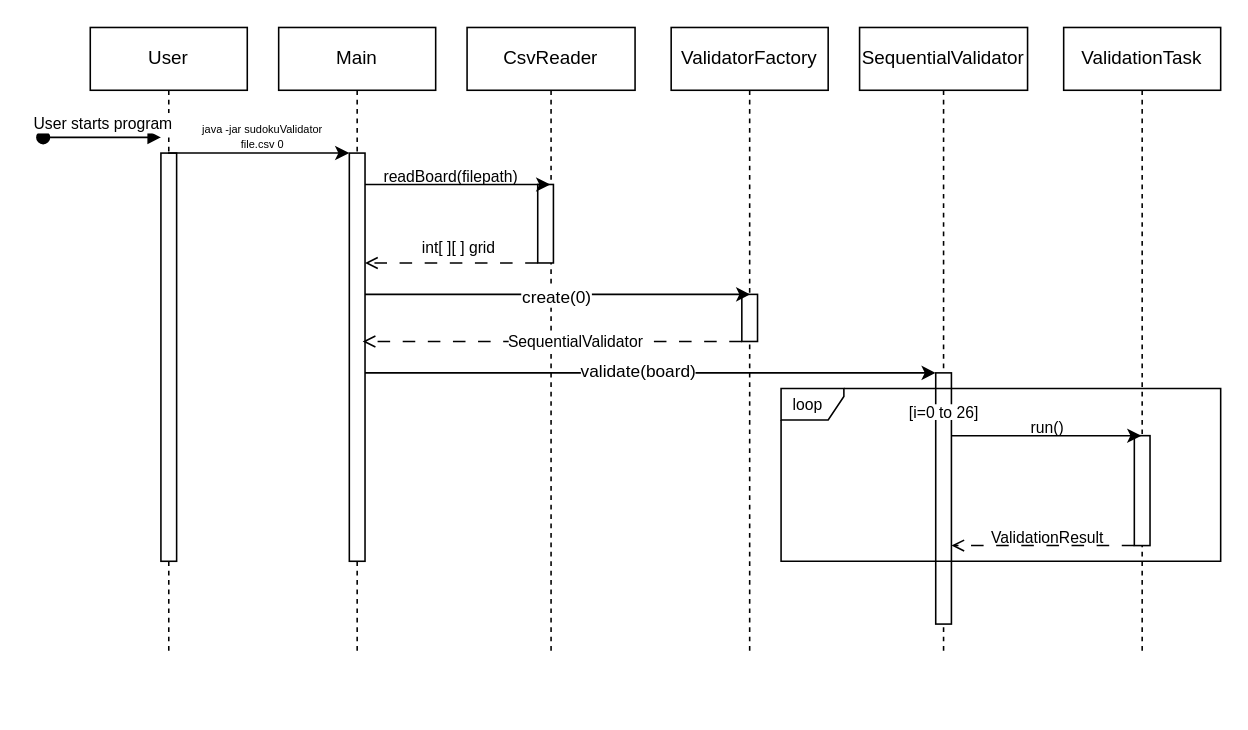
The draw.io diagram diagrams/mode0Sequence.drawio in Smook-e/Prog_lab9, before the edit. Source tidied: cells renumbered, new cells numbered last; positions are measured from the earlier drawing's top-left corner, leaving out a move shared by most shapes. Both pictures are drawn from the tidied source at 157%, with x=0, y=0 at pixel (42, 27).
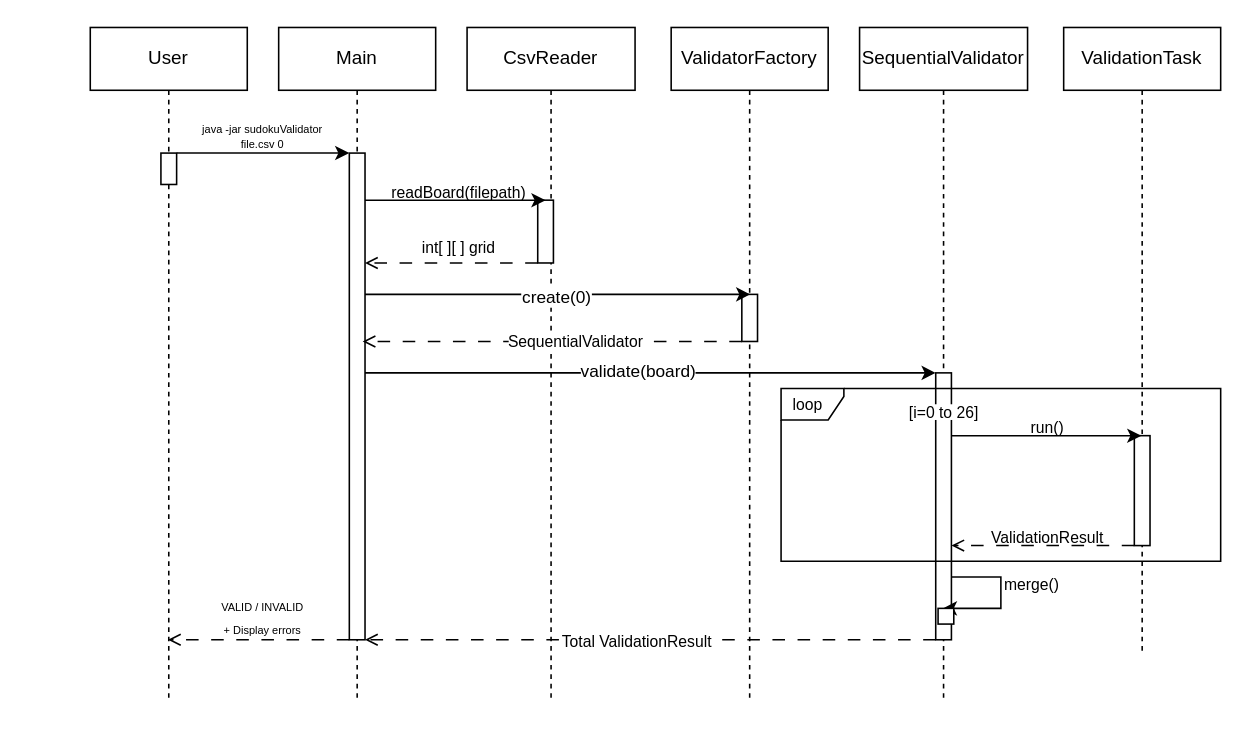
After the change.

Commit message:
commit to sequence diagram mode 0

Change to the diagram source:
```diff
@@
     <mxCell id="2" value="User" style="shape=umlLifeline;perimeter=lifelinePerimeter;whiteSpace=wrap;html=1;outlineConnect=0;portConstraint=eastwest;newEdgeStyle={&quot;edgeStyle&quot;:&quot;elbowEdgeStyle&quot;,&quot;elbow&quot;:&quot;vertical&quot;,&quot;curved&quot;:0,&quot;rounded&quot;:0};" parent="1" vertex="1">
-      <mxGeometry x="30" width="100" height="400" as="geometry" />
+      <mxGeometry x="30" width="100" height="430" as="geometry" />
     </mxCell>
-    <mxCell id="3" value="&lt;font style=&quot;font-size: 10px; line-height: 100%;&quot;&gt;User starts program&lt;/font&gt;" style="html=1;verticalAlign=bottom;startArrow=oval;endArrow=block;startSize=8;edgeStyle=elbowEdgeStyle;elbow=horizontal;curved=0;rounded=0;" parent="2" edge="1">
-      <mxGeometry relative="1" as="geometry">
-        <mxPoint x="-30" y="70" as="sourcePoint" />
-        <mxPoint x="45" y="70" as="targetPoint" />
-      </mxGeometry>
-    </mxCell>
     <mxCell id="4" style="html=1;points=[];perimeter=orthogonalPerimeter;outlineConnect=0;targetShapes=umlLifeline;portConstraint=eastwest;newEdgeStyle={&quot;edgeStyle&quot;:&quot;elbowEdgeStyle&quot;,&quot;elbow&quot;:&quot;vertical&quot;,&quot;curved&quot;:0,&quot;rounded&quot;:0};" parent="2" vertex="1">
-      <mxGeometry x="45" y="80" width="10" height="260" as="geometry" />
+      <mxGeometry x="45" y="80" width="10" height="20" as="geometry" />
     </mxCell>
+    <mxCell id="33" style="endArrow=classic;html=1;rounded=0;" parent="2" edge="1" source="2" target="4">
+      <mxGeometry relative="1" as="geometry" />
+    </mxCell>
     <mxCell id="5" value="Main" style="shape=umlLifeline;perimeter=lifelinePerimeter;whiteSpace=wrap;html=1;newEdgeStyle={&quot;edgeStyle&quot;:&quot;elbowEdgeStyle&quot;,&quot;elbow&quot;:&quot;vertical&quot;,&quot;curved&quot;:0,&quot;rounded&quot;:0};" parent="1" vertex="1">
-      <mxGeometry x="150" width="100" height="400" as="geometry" />
+      <mxGeometry x="150" width="100" height="430" as="geometry" />
     </mxCell>
     <mxCell id="6" style="html=1;points=[];perimeter=orthogonalPerimeter;outlineConnect=0;targetShapes=umlLifeline;portConstraint=eastwest;newEdgeStyle={&quot;edgeStyle&quot;:&quot;elbowEdgeStyle&quot;,&quot;elbow&quot;:&quot;vertical&quot;,&quot;curved&quot;:0,&quot;rounded&quot;:0};" parent="5" vertex="1">
-      <mxGeometry x="45" y="80" width="10" height="260" as="geometry" />
+      <mxGeometry x="45" y="80" width="10" height="310" as="geometry" />
     </mxCell>
     <mxCell id="7" value="ValidatorFactory" style="shape=umlLifeline;perimeter=lifelinePerimeter;whiteSpace=wrap;html=1;newEdgeStyle={&quot;edgeStyle&quot;:&quot;elbowEdgeStyle&quot;,&quot;elbow&quot;:&quot;vertical&quot;,&quot;curved&quot;:0,&quot;rounded&quot;:0};" parent="1" vertex="1">
-      <mxGeometry x="400" width="100" height="400" as="geometry" />
+      <mxGeometry x="400" width="100" height="430" as="geometry" />
     </mxCell>
@@
     <mxCell id="9" value="SequentialValidator" style="shape=umlLifeline;perimeter=lifelinePerimeter;whiteSpace=wrap;html=1;outlineConnect=0;portConstraint=eastwest;newEdgeStyle={&quot;edgeStyle&quot;:&quot;elbowEdgeStyle&quot;,&quot;elbow&quot;:&quot;vertical&quot;,&quot;curved&quot;:0,&quot;rounded&quot;:0};" parent="1" vertex="1">
-      <mxGeometry x="520" width="107" height="400" as="geometry" />
+      <mxGeometry x="520" width="107" height="430" as="geometry" />
     </mxCell>
     <mxCell id="10" style="html=1;points=[];perimeter=orthogonalPerimeter;outlineConnect=0;targetShapes=umlLifeline;portConstraint=eastwest;newEdgeStyle={&quot;edgeStyle&quot;:&quot;elbowEdgeStyle&quot;,&quot;elbow&quot;:&quot;vertical&quot;,&quot;curved&quot;:0,&quot;rounded&quot;:0};" parent="9" vertex="1">
-      <mxGeometry x="48.5" y="220" width="10" height="160" as="geometry" />
+      <mxGeometry x="48.5" y="220" width="10" height="170" as="geometry" />
     </mxCell>
+    <mxCell id="34" style="endArrow=classic;html=1;rounded=0;" parent="9" edge="1" source="10" target="9">
+      <mxGeometry relative="1" as="geometry">
+        <Array as="points">
+          <mxPoint x="70" y="350" />
+          <mxPoint x="90" y="350" />
+          <mxPoint x="90" y="370" />
+        </Array>
+      </mxGeometry>
+    </mxCell>
@@
     <mxCell id="13" value="CsvReader" style="shape=umlLifeline;perimeter=lifelinePerimeter;whiteSpace=wrap;html=1;outlineConnect=0;portConstraint=eastwest;newEdgeStyle={&quot;edgeStyle&quot;:&quot;elbowEdgeStyle&quot;,&quot;elbow&quot;:&quot;vertical&quot;,&quot;curved&quot;:0,&quot;rounded&quot;:0};" parent="1" vertex="1">
-      <mxGeometry x="270" width="107" height="400" as="geometry" />
+      <mxGeometry x="270" width="107" height="430" as="geometry" />
     </mxCell>
     <mxCell id="14" style="html=1;points=[];perimeter=orthogonalPerimeter;outlineConnect=0;targetShapes=umlLifeline;portConstraint=eastwest;newEdgeStyle={&quot;edgeStyle&quot;:&quot;elbowEdgeStyle&quot;,&quot;elbow&quot;:&quot;vertical&quot;,&quot;curved&quot;:0,&quot;rounded&quot;:0};" parent="13" vertex="1">
-      <mxGeometry x="45" y="100" width="10" height="50" as="geometry" />
+      <mxGeometry x="45" y="110" width="10" height="40" as="geometry" />
     </mxCell>
-    <mxCell id="15" style="endArrow=classic;html=1;rounded=0;" parent="1" edge="1" source="2" target="6">
+    <mxCell id="15" style="endArrow=classic;html=1;rounded=0;" parent="1" edge="1" source="4" target="6">
       <mxGeometry relative="1" as="geometry">
         <Array as="points">
           <mxPoint x="180" y="80" />
         </Array>
       </mxGeometry>
     </mxCell>
@@
-    <mxCell id="17" style="endArrow=classic;html=1;rounded=0;" parent="1" edge="1" source="6" target="13">
+    <mxCell id="17" style="endArrow=classic;html=1;rounded=0;" parent="1" edge="1" source="6">
       <mxGeometry relative="1" as="geometry">
+        <mxPoint x="320" y="110" as="targetPoint" />
         <Array as="points">
-          <mxPoint x="310" y="100" />
+          <mxPoint x="265" y="110" />
+          <mxPoint x="295" y="110" />
         </Array>
       </mxGeometry>
     </mxCell>
     <mxCell id="18" value="&lt;font style=&quot;font-size: 10px;&quot;&gt;readBoard(filepath)&lt;/font&gt;" style="text;html=1;whiteSpace=wrap;strokeColor=none;fillColor=none;align=center;verticalAlign=middle;rounded=0;" parent="1" vertex="1">
-      <mxGeometry x="230" y="80" width="60" height="30" as="geometry" />
+      <mxGeometry x="235" y="90" width="60" height="30" as="geometry" />
     </mxCell>
@@
+    <mxCell id="35" style="rounded=0;whiteSpace=wrap;html=1;" parent="1" vertex="1">
+      <mxGeometry x="570" y="370" width="10" height="10" as="geometry" />
+    </mxCell>
+    <mxCell id="36" value="&lt;font style=&quot;font-size: 10px;&quot;&gt;merge()&lt;/font&gt;" style="text;html=1;whiteSpace=wrap;strokeColor=none;fillColor=none;align=center;verticalAlign=middle;rounded=0;" parent="1" vertex="1">
+      <mxGeometry x="600" y="340" width="60" height="30" as="geometry" />
+    </mxCell>
+    <mxCell id="37" style="endArrow=open;html=1;rounded=0;dashed=1;dashPattern=8 8;endFill=0;" parent="1" edge="1" source="10" target="6">
+      <mxGeometry relative="1" as="geometry">
+        <Array as="points">
+          <mxPoint x="390" y="390" />
+        </Array>
+      </mxGeometry>
+    </mxCell>
+    <mxCell id="38" value="&lt;font size=&quot;1&quot;&gt;Total ValidationResult&lt;/font&gt;" style="edgeLabel;html=1;align=center;verticalAlign=middle;" parent="37" vertex="1">
+      <mxGeometry x="0.06" y="2" relative="1" as="geometry">
+        <mxPoint x="2" y="-2" as="offset" />
+      </mxGeometry>
+    </mxCell>
+    <mxCell id="39" style="endArrow=open;html=1;rounded=0;dashed=1;dashPattern=8 8;endFill=0;" parent="1" edge="1" source="6" target="2">
+      <mxGeometry relative="1" as="geometry">
+        <Array as="points">
+          <mxPoint x="140" y="390" />
+        </Array>
+      </mxGeometry>
+    </mxCell>
+    <mxCell id="40" value="&lt;font style=&quot;font-size: 7px;&quot;&gt;VALID / INVALID + Display errors&lt;/font&gt;" style="text;html=1;whiteSpace=wrap;strokeColor=none;fillColor=none;align=center;verticalAlign=middle;rounded=0;" parent="1" vertex="1">
+      <mxGeometry x="110" y="360" width="60" height="30" as="geometry" />
+    </mxCell>
```
